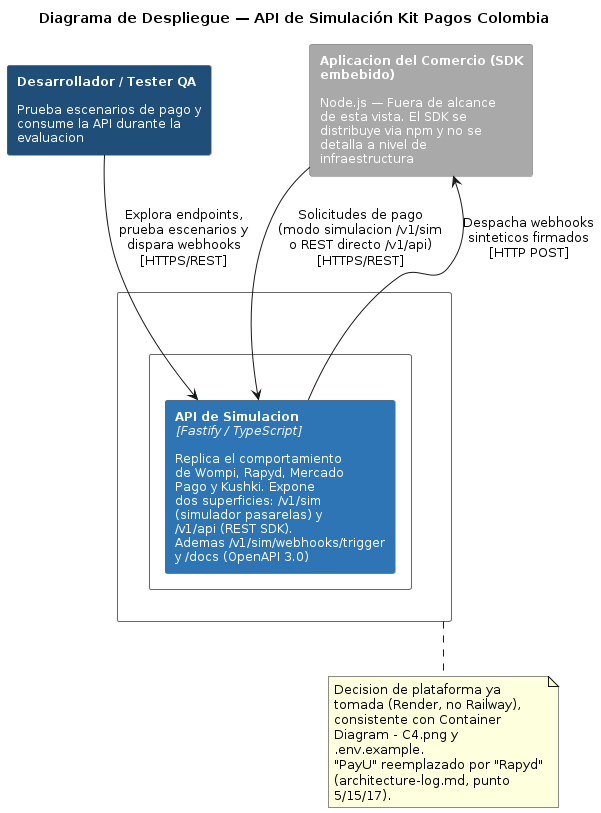
Above: docs/architecture/Simulador API/Deploy Diagram - C4.png in PurosBrothers/Kit-Pagos-Colombia---Tesis (PlantUML), before the change.
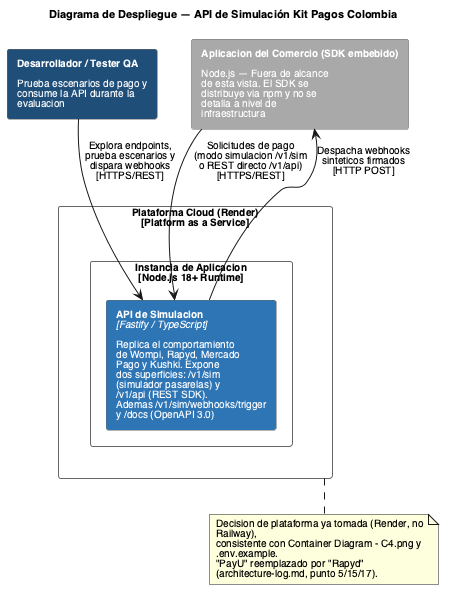
Above is the later version.

Change to the diagram source:
```diff
@@ -1,8 +1,15 @@
-@startuml
+@startuml Deploy Diagram - Simulador API
 title Diagrama de Despliegue — API de Simulación Kit Pagos Colombia
 skinparam backgroundColor white
-skinparam rectangleFontSize 12
+skinparam defaultFontName Helvetica
+skinparam defaultFontSize 10
+skinparam titleFontSize 11
+skinparam rectangleFontSize 10
+skinparam ArrowFontSize 10
+skinparam NoteFontSize 10
 skinparam wrapWidth 210
+skinparam nodesep 12
+skinparam ranksep 22
 skinparam rectangle {
   BorderColor #666666
   ArrowColor #666666
@@ -12,8 +19,8 @@
 rectangle "**Desarrollador / Tester QA**\n\nPrueba escenarios de pago y\nconsume la API durante la\nevaluacion" as Dev #1F4E79
 rectangle "**Aplicacion del Comercio (SDK embebido)**\n\nNode.js — Fuera de alcance\nde esta vista. El SDK se\ndistribuye via npm y no se\ndetalla a nivel de\ninfraestructura" as Comercio #A9A9A9
 
-rectangle "Plataforma Cloud (Render)\n[Platform as a Service]" as Cloud #FFFFFF {
-  rectangle "Instancia de Aplicacion\n[Node.js 18+ Runtime]" as Instance #FFFFFF {
+rectangle "Plataforma Cloud (Render)\n[Platform as a Service]" as Cloud #FFFFFF;text:black {
+  rectangle "Instancia de Aplicacion\n[Node.js 18+ Runtime]" as Instance #FFFFFF;text:black {
     rectangle "**API de Simulacion**\n<i>[Fastify / TypeScript]</i>\n\nReplica el comportamiento\nde Wompi, Rapyd, Mercado\nPago y Kushki. Expone\ndos superficies: /v1/sim\n(simulador pasarelas) y\n/v1/api (REST SDK).\nAdemas /v1/sim/webhooks/trigger\ny /docs (OpenAPI 3.0)" as API #2E75B6
   }
 }
@@ -27,4 +34,5 @@
   consistente con Container Diagram - C4.png y .env.example.
   "PayU" reemplazado por "Rapyd" (architecture-log.md, punto 5/15/17).
 end note
+
 @enduml
```
